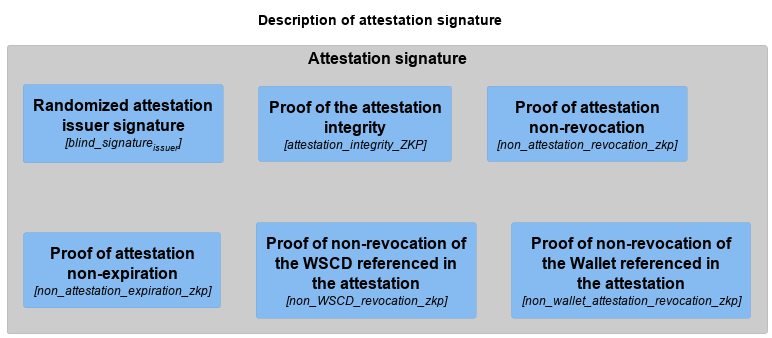
Before: media/1/zkp-attestation.png, a diagram exported from PlantUML (Orange-OpenSource/BBS-SHARP-doc-eudi-wallet). Source of this version:
```plantuml
@startuml 1/zkp-attestation
title Description of attestation signature

!include <c4/C4_Context.puml>
!include <c4/C4_Container.puml>
!include <c4/C4_Component.puml>
!include <office/Users/user.puml>
!include <office/Users/mobile_user.puml>
HIDE_STEREOTYPE()


Component_Ext(signature, "Attestation signature", "") {
    Component(proof1, "Randomized attestation issuer signature", "blind_signature<sub>issuer</sub>")
    Component(proof2, "Proof of the attestation integrity", "attestation_integrity_ZKP")
    Component(proof3, "Proof of attestation non-revocation", "non_attestation_revocation_zkp")
    Component(proof4, "Proof of attestation non-expiration", "non_attestation_expiration_zkp")
    Component(proof5, "Proof of non-revocation of the WSCD referenced in the attestation", "non_WSCD_revocation_zkp")
    Component(proof6, "Proof of non-revocation of the Wallet referenced in the attestation", "non_wallet_attestation_revocation_zkp")
}
@enduml
```
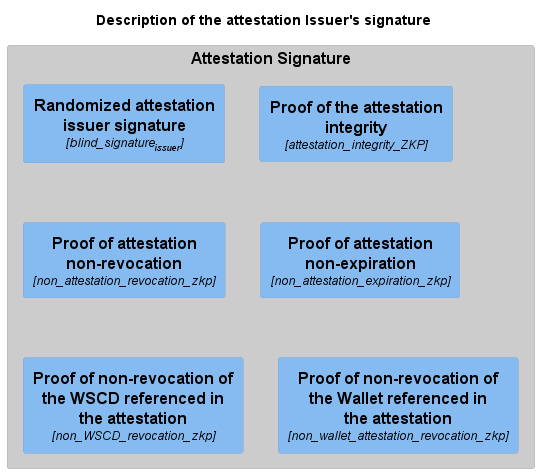
The same file after the commit.

What changed in the source:
```diff
@@ -1,5 +1,5 @@
 @startuml 1/zkp-attestation
-title Description of attestation signature
+title Description of the attestation Issuer's signature
 
 !include <c4/C4_Context.puml>
 !include <c4/C4_Container.puml>
@@ -9,12 +9,18 @@
 HIDE_STEREOTYPE()
 
 
-Component_Ext(signature, "Attestation signature", "") {
+Component_Ext(signature, "Attestation Signature", "") {
     Component(proof1, "Randomized attestation issuer signature", "blind_signature<sub>issuer</sub>")
     Component(proof2, "Proof of the attestation integrity", "attestation_integrity_ZKP")
     Component(proof3, "Proof of attestation non-revocation", "non_attestation_revocation_zkp")
     Component(proof4, "Proof of attestation non-expiration", "non_attestation_expiration_zkp")
     Component(proof5, "Proof of non-revocation of the WSCD referenced in the attestation", "non_WSCD_revocation_zkp")
     Component(proof6, "Proof of non-revocation of the Wallet referenced in the attestation", "non_wallet_attestation_revocation_zkp")
+
+    Lay_R(proof1, proof2)
+    Lay_D(proof1, proof3)
+    Lay_R(proof3, proof4)
+    Lay_R(proof5, proof6)
+    Lay_D(proof4, proof5)
 }
 @enduml
```
